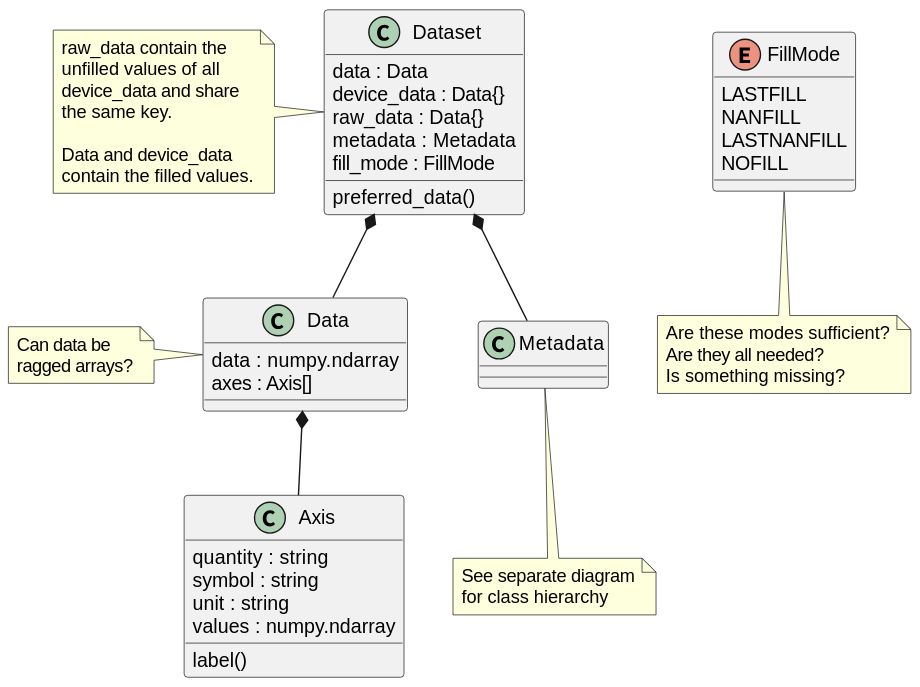
Above: docs/uml/evedata.dataset.dataset.svg in tillbiskup/evedata (PlantUML), before the change.
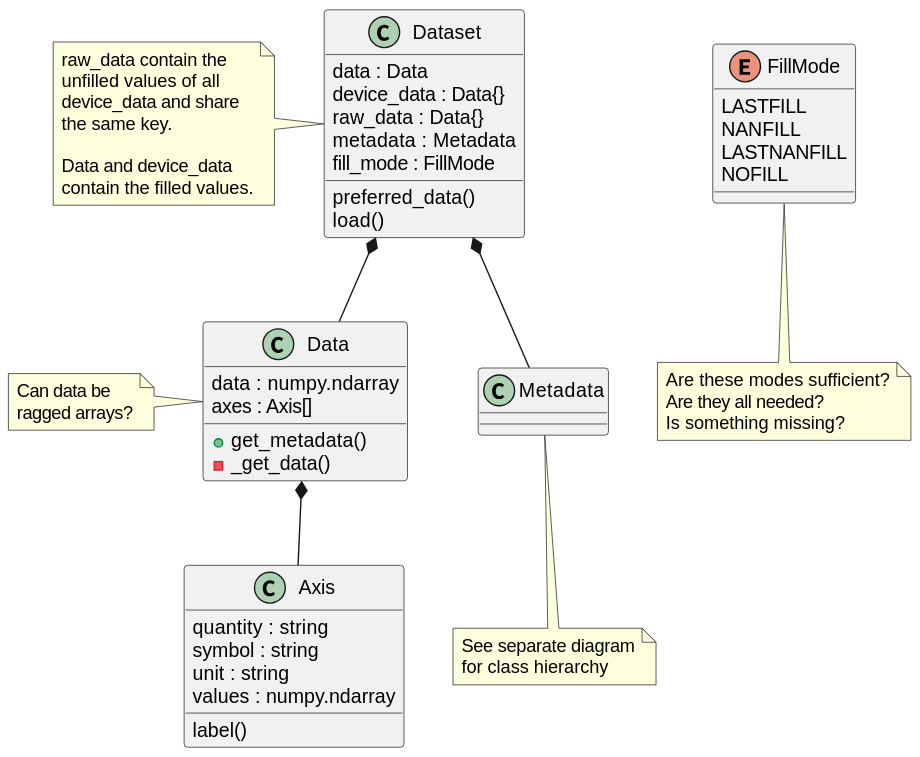
After the change.

What changed in the source:
```diff
@@ -7,6 +7,7 @@
     fill_mode : FillMode
 
     preferred_data()
+    load()
 }
 note left: raw_data contain the\nunfilled values of all\ndevice_data and share\nthe same key.\n\nData and device_data\ncontain the filled values.
 
@@ -25,6 +26,9 @@
 class Data {
     data : numpy.ndarray
     axes : Axis[]
+
+    + get_metadata()
+    - _get_data()
 }
 note left: Can data be\nragged arrays?
 
```
